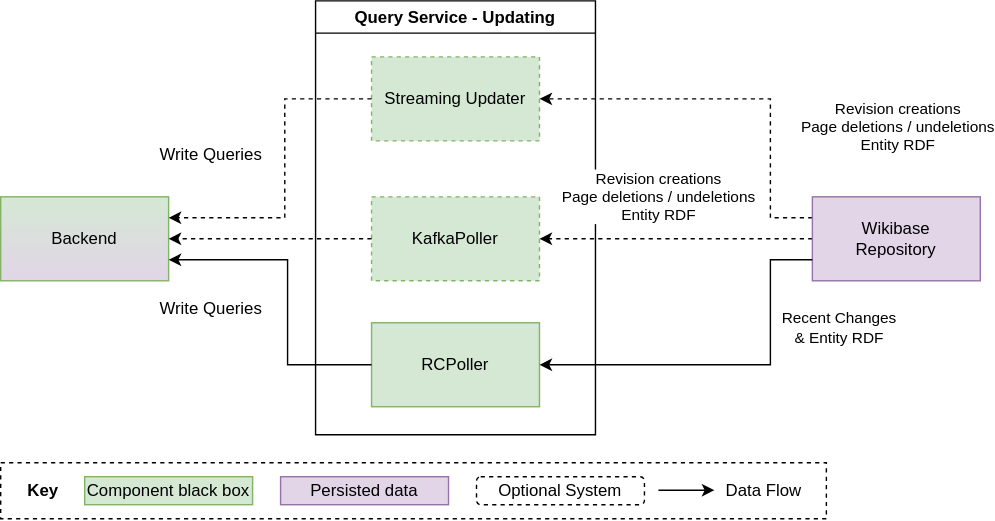
wmde/wikidata-wikibase-architecture keeps this draw.io diagram as systems/Query/diagrams/05-01-updating.drawio.svg. Above is the earlier version. Source tidied: cells renumbered, new cells last; positions are measured from the earlier drawing's top-left corner, leaving out a move shared by most shapes.
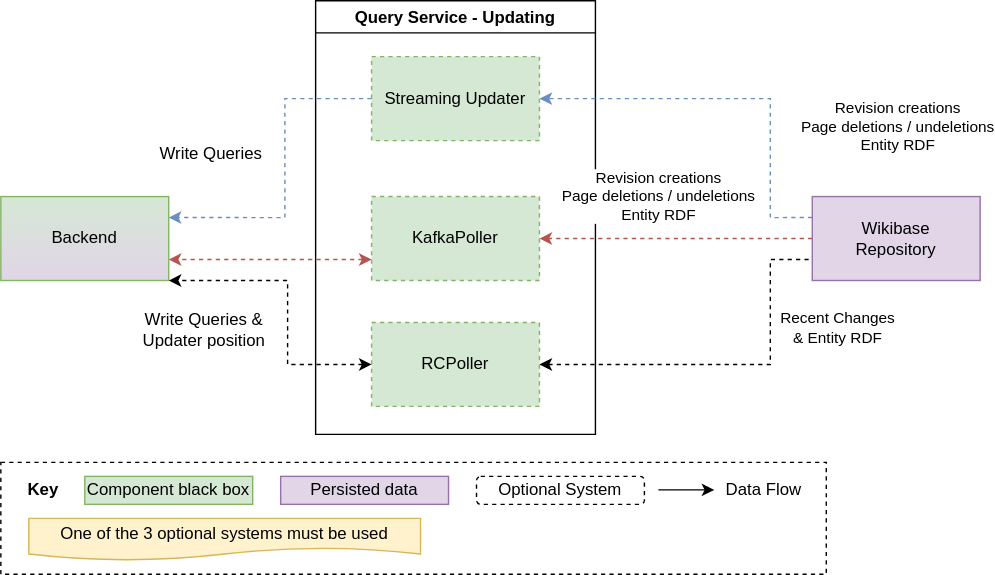
Later version of the same file.

Diff of the diagram source:
```diff
@@ -8,14 +8,14 @@
     <mxCell id="3" value="Streaming Updater" style="rounded=0;whiteSpace=wrap;html=1;fillColor=#d5e8d4;strokeColor=#82b366;dashed=1;" parent="2" vertex="1">
       <mxGeometry x="40" y="40" width="120" height="60" as="geometry" />
     </mxCell>
-    <mxCell id="4" value="RCPoller" style="rounded=0;whiteSpace=wrap;html=1;fillColor=#d5e8d4;strokeColor=#82b366;" parent="2" vertex="1">
+    <mxCell id="4" value="RCPoller" style="rounded=0;whiteSpace=wrap;html=1;fillColor=#d5e8d4;strokeColor=#82b366;dashed=1;" parent="2" vertex="1">
       <mxGeometry x="40" y="230" width="120" height="60" as="geometry" />
     </mxCell>
     <mxCell id="5" value="KafkaPoller" style="rounded=0;whiteSpace=wrap;html=1;fillColor=#d5e8d4;strokeColor=#82b366;dashed=1;" parent="2" vertex="1">
       <mxGeometry x="40" y="140" width="120" height="60" as="geometry" />
     </mxCell>
     <mxCell id="6" style="rounded=0;whiteSpace=wrap;html=1;fillColor=none;dashed=1;" parent="1" vertex="1">
-      <mxGeometry y="330" width="590" height="40" as="geometry" />
+      <mxGeometry y="330" width="590" height="80" as="geometry" />
     </mxCell>
     <mxCell id="7" value="&lt;b&gt;Key&lt;/b&gt;" style="text;html=1;align=center;verticalAlign=middle;strokeColor=none;" parent="1" vertex="1">
       <mxGeometry x="10" y="340" width="40" height="20" as="geometry" />
@@ -32,7 +32,7 @@
     <mxCell id="11" value="Backend" style="rounded=0;whiteSpace=wrap;html=1;fillColor=#d5e8d4;strokeColor=#82b366;gradientColor=#E1D5E7;" parent="1" vertex="1">
       <mxGeometry y="140" width="120" height="60" as="geometry" />
     </mxCell>
-    <mxCell id="12" style="edgeStyle=orthogonalEdgeStyle;rounded=0;jettySize=auto;html=1;exitX=0;exitY=0.25;exitDx=0;exitDy=0;entryX=1;entryY=0.5;entryDx=0;entryDy=0;dashed=1;" parent="1" edge="1" source="16" target="3">
+    <mxCell id="12" style="edgeStyle=orthogonalEdgeStyle;rounded=0;jettySize=auto;html=1;exitX=0;exitY=0.25;exitDx=0;exitDy=0;entryX=1;entryY=0.5;entryDx=0;entryDy=0;dashed=1;fillColor=#dae8fc;strokeColor=#6c8ebf;" parent="1" edge="1" source="16" target="3">
       <mxGeometry relative="1" as="geometry">
         <Array as="points">
           <mxPoint x="550" y="155" />
@@ -45,7 +45,7 @@
         <mxPoint x="148" y="22" as="offset" />
       </mxGeometry>
     </mxCell>
-    <mxCell id="14" style="edgeStyle=orthogonalEdgeStyle;rounded=0;jettySize=auto;html=1;entryX=1;entryY=0.5;entryDx=0;entryDy=0;dashed=1;" parent="1" edge="1" source="16" target="5">
+    <mxCell id="14" style="edgeStyle=orthogonalEdgeStyle;rounded=0;jettySize=auto;html=1;entryX=1;entryY=0.5;entryDx=0;entryDy=0;dashed=1;fillColor=#f8cecc;strokeColor=#b85450;" parent="1" edge="1" source="16" target="5">
       <mxGeometry relative="1" as="geometry" />
     </mxCell>
     <mxCell id="15" value="Revision creations&lt;br&gt;Page deletions / undeletions&lt;br&gt;Entity RDF" style="edgeLabel;html=1;align=center;verticalAlign=middle;" parent="14" vertex="1">
@@ -56,7 +56,7 @@
     <mxCell id="16" value="Wikibase&lt;br&gt;Repository" style="rounded=0;whiteSpace=wrap;html=1;fillColor=#e1d5e7;strokeColor=#9673a6;" parent="1" vertex="1">
       <mxGeometry x="580" y="140" width="120" height="60" as="geometry" />
     </mxCell>
-    <mxCell id="17" style="edgeStyle=orthogonalEdgeStyle;rounded=0;jettySize=auto;html=1;entryX=1;entryY=0.25;entryDx=0;entryDy=0;dashed=1;" parent="1" edge="1" source="3" target="11">
+    <mxCell id="17" style="edgeStyle=orthogonalEdgeStyle;rounded=0;jettySize=auto;html=1;entryX=1;entryY=0.25;entryDx=0;entryDy=0;dashed=1;fillColor=#dae8fc;strokeColor=#6c8ebf;" parent="1" edge="1" source="3" target="11">
       <mxGeometry relative="1" as="geometry">
         <Array as="points">
           <mxPoint x="203" y="70" />
@@ -64,15 +64,15 @@
         </Array>
       </mxGeometry>
     </mxCell>
-    <mxCell id="18" style="edgeStyle=orthogonalEdgeStyle;rounded=0;jettySize=auto;html=1;entryX=1;entryY=0.75;entryDx=0;entryDy=0;" parent="1" edge="1" source="4" target="11">
+    <mxCell id="18" style="edgeStyle=orthogonalEdgeStyle;rounded=0;jettySize=auto;html=1;entryX=1;entryY=1;entryDx=0;entryDy=0;dashed=1;startArrow=classic;startFill=1;" parent="1" edge="1" source="4" target="11">
       <mxGeometry relative="1" as="geometry">
         <Array as="points">
           <mxPoint x="205" y="260" />
-          <mxPoint x="205" y="185" />
+          <mxPoint x="205" y="200" />
         </Array>
       </mxGeometry>
     </mxCell>
-    <mxCell id="19" style="edgeStyle=orthogonalEdgeStyle;rounded=0;jettySize=auto;html=1;entryX=0;entryY=0.75;entryDx=0;entryDy=0;exitX=1;exitY=0.5;exitDx=0;exitDy=0;startArrow=classic;startFill=1;endArrow=none;endFill=0;" parent="1" edge="1" source="4" target="16">
+    <mxCell id="19" style="edgeStyle=orthogonalEdgeStyle;rounded=0;jettySize=auto;html=1;entryX=0;entryY=0.75;entryDx=0;entryDy=0;exitX=1;exitY=0.5;exitDx=0;exitDy=0;startArrow=classic;startFill=1;endArrow=none;endFill=0;dashed=1;" parent="1" edge="1" source="4" target="16">
       <mxGeometry relative="1" as="geometry">
         <Array as="points">
           <mxPoint x="550" y="260" />
@@ -97,11 +97,19 @@
     <mxCell id="23" value="Data Flow" style="text;html=1;align=center;verticalAlign=middle;strokeColor=none;" parent="1" vertex="1">
       <mxGeometry x="510" y="340" width="70" height="20" as="geometry" />
     </mxCell>
-    <mxCell id="24" value="Write Queries" style="text;html=1;align=center;verticalAlign=middle;strokeColor=none;" parent="1" vertex="1">
-      <mxGeometry x="105" y="210" width="90" height="20" as="geometry" />
+    <mxCell id="24" value="Write Queries &amp;amp;&lt;br&gt;Updater position" style="text;html=1;align=center;verticalAlign=middle;strokeColor=none;" parent="1" vertex="1">
+      <mxGeometry x="95" y="220" width="100" height="30" as="geometry" />
     </mxCell>
-    <mxCell id="25" style="edgeStyle=orthogonalEdgeStyle;rounded=0;jettySize=auto;html=1;dashed=1;" parent="1" edge="1" source="5" target="11">
-      <mxGeometry relative="1" as="geometry" />
+    <mxCell id="25" style="edgeStyle=orthogonalEdgeStyle;rounded=0;jettySize=auto;html=1;dashed=1;fillColor=#f8cecc;strokeColor=#b85450;startArrow=classic;startFill=1;entryX=1;entryY=0.75;entryDx=0;entryDy=0;" parent="1" edge="1" source="5" target="11">
+      <mxGeometry relative="1" as="geometry">
+        <Array as="points">
+          <mxPoint x="230" y="185" />
+          <mxPoint x="230" y="185" />
+        </Array>
+      </mxGeometry>
     </mxCell>
+    <mxCell id="26" value="One of the 3 optional systems must be used" style="shape=document;whiteSpace=wrap;html=1;boundedLbl=1;fillColor=#fff2cc;strokeColor=#d6b656;" parent="1" vertex="1">
+      <mxGeometry x="20" y="370" width="280" height="30" as="geometry" />
+    </mxCell>
   </root>
 </mxGraphModel>
```
